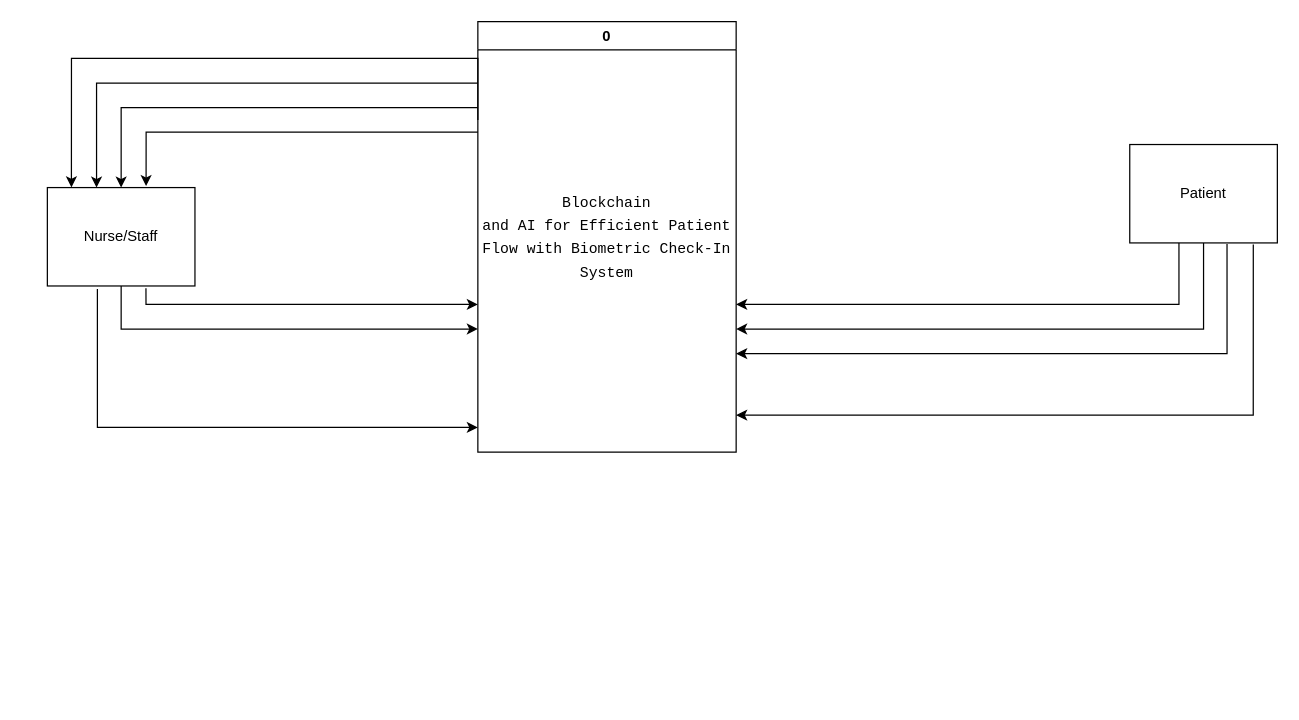
Above: context-diagram.drawio in perez-mj/hiv-capstone-front (draw.io), before the change. Source tidied: cells renumbered, new cells numbered last; positions are measured from the earlier drawing's top-left corner, leaving out a move shared by most shapes. Both pictures are drawn from the tidied source at 123%, with x=0, y=0 at pixel (47, 21).
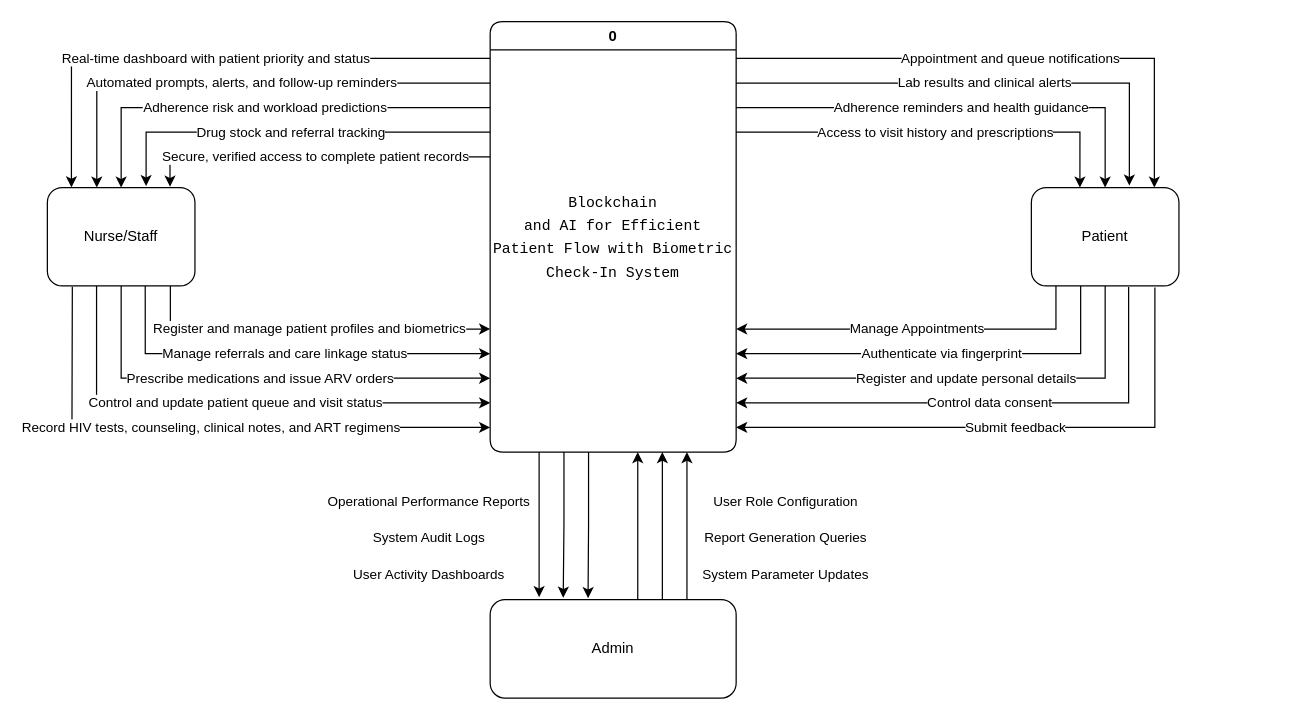
After the change.

What changed in the source:
```diff
@@
-    <mxCell id="2" style="edgeStyle=orthogonalEdgeStyle;rounded=0;jettySize=auto;html=1;entryX=0.5;entryY=0;entryDx=0;entryDy=0;" parent="1" edge="1" source="3" target="5">
+    <mxCell id="2" value="Adherence risk and workload predictions" style="edgeStyle=orthogonalEdgeStyle;rounded=0;jettySize=auto;html=1;entryX=0.5;entryY=0;entryDx=0;entryDy=0;" parent="1" edge="1" source="3" target="5">
       <mxGeometry relative="1" as="geometry">
         <Array as="points">
           <mxPoint x="60" y="70" />
         </Array>
       </mxGeometry>
     </mxCell>
+    <mxCell id="17" value="Adherence reminders and health guidance" style="edgeStyle=orthogonalEdgeStyle;rounded=0;jettySize=auto;html=1;entryX=0.5;entryY=0;entryDx=0;entryDy=0;" parent="1" edge="1" source="3" target="10">
+      <mxGeometry relative="1" as="geometry">
+        <Array as="points">
+          <mxPoint x="860" y="70" />
+        </Array>
+      </mxGeometry>
+    </mxCell>
+    <mxCell id="18" value="Access to visit history and prescriptions" style="edgeStyle=orthogonalEdgeStyle;rounded=0;jettySize=auto;html=1;entryX=0.329;entryY=0;entryDx=0;entryDy=0;entryPerimeter=0;" parent="1" edge="1" source="3" target="10">
+      <mxGeometry relative="1" as="geometry">
+        <Array as="points">
+          <mxPoint x="840" y="90" />
+          <mxPoint x="840" y="135" />
+        </Array>
+      </mxGeometry>
+    </mxCell>
-    <mxCell id="3" value="0" style="swimlane;whiteSpace=wrap;html=1;" parent="1" vertex="1">
-      <mxGeometry x="350" width="210" height="350" as="geometry" />
+    <mxCell id="3" value="0" style="swimlane;whiteSpace=wrap;html=1;rounded=1;" parent="1" vertex="1">
+      <mxGeometry x="360" width="200" height="350" as="geometry" />
     </mxCell>
     <mxCell id="4" value="&lt;p class=&quot;western&quot; style=&quot;line-height: 150%; orphans: 2; widows: 2&quot;&gt;&lt;font face=&quot;Calibri, serif&quot;&gt;&lt;font face=&quot;Courier New, serif&quot;&gt;Blockchain&lt;br&gt;and AI for Efficient Patient Flow with Biometric Check-In System&lt;/font&gt;&lt;/font&gt;&lt;/p&gt;" style="text;html=1;whiteSpace=wrap;strokeColor=none;fillColor=none;align=center;verticalAlign=middle;rounded=0;" parent="3" vertex="1">
-      <mxGeometry y="160" width="210" height="30" as="geometry" />
+      <mxGeometry y="160" width="200" height="30" as="geometry" />
     </mxCell>
+    <mxCell id="19" value="Control and update patient queue and visit status" style="edgeStyle=orthogonalEdgeStyle;rounded=0;jettySize=auto;html=1;" parent="1" edge="1" source="5">
+      <mxGeometry relative="1" as="geometry">
+        <mxPoint x="360" y="310" as="targetPoint" />
+        <Array as="points">
+          <mxPoint x="40" y="310" />
+        </Array>
+      </mxGeometry>
+    </mxCell>
+    <mxCell id="20" value="Register and manage patient profiles and biometrics" style="edgeStyle=orthogonalEdgeStyle;rounded=0;jettySize=auto;html=1;" parent="1" edge="1" source="5">
+      <mxGeometry relative="1" as="geometry">
+        <mxPoint x="360" y="250" as="targetPoint" />
+        <Array as="points">
+          <mxPoint x="100" y="250" />
+        </Array>
+      </mxGeometry>
+    </mxCell>
-    <mxCell id="5" value="Nurse/Staff" style="rounded=0;whiteSpace=wrap;html=1;" parent="1" vertex="1">
+    <mxCell id="5" value="Nurse/Staff" style="rounded=1;whiteSpace=wrap;html=1;" parent="1" vertex="1">
       <mxGeometry y="135" width="120" height="80" as="geometry" />
     </mxCell>
-    <mxCell id="6" style="edgeStyle=orthogonalEdgeStyle;rounded=0;jettySize=auto;html=1;exitX=0.837;exitY=1.016;exitDx=0;exitDy=0;exitPerimeter=0;" parent="1" edge="1" source="10">
+    <mxCell id="6" value="Submit feedback" style="edgeStyle=orthogonalEdgeStyle;rounded=0;jettySize=auto;html=1;exitX=0.837;exitY=1.016;exitDx=0;exitDy=0;exitPerimeter=0;" parent="1" edge="1" source="10">
       <mxGeometry relative="1" as="geometry">
-        <mxPoint x="560" y="320" as="targetPoint" />
+        <mxPoint x="560" y="330" as="targetPoint" />
         <Array as="points">
-          <mxPoint x="980" y="320" />
+          <mxPoint x="900" y="330" />
         </Array>
       </mxGeometry>
     </mxCell>
-    <mxCell id="7" style="edgeStyle=orthogonalEdgeStyle;rounded=0;jettySize=auto;html=1;exitX=0.659;exitY=1.011;exitDx=0;exitDy=0;exitPerimeter=0;" parent="1" edge="1" source="10">
+    <mxCell id="7" value="Control data consent" style="edgeStyle=orthogonalEdgeStyle;rounded=0;jettySize=auto;html=1;exitX=0.659;exitY=1.011;exitDx=0;exitDy=0;exitPerimeter=0;" parent="1" edge="1" source="10">
       <mxGeometry relative="1" as="geometry">
-        <mxPoint x="560" y="270" as="targetPoint" />
+        <mxPoint x="560" y="310" as="targetPoint" />
         <Array as="points">
-          <mxPoint x="959" y="270" />
-          <mxPoint x="560" y="270" />
+          <mxPoint x="879" y="310" />
         </Array>
       </mxGeometry>
     </mxCell>
-    <mxCell id="8" style="edgeStyle=orthogonalEdgeStyle;rounded=0;jettySize=auto;html=1;exitX=0.5;exitY=1;exitDx=0;exitDy=0;" parent="1" edge="1" source="10">
+    <mxCell id="8" value="Register and update personal details" style="edgeStyle=orthogonalEdgeStyle;rounded=0;jettySize=auto;html=1;exitX=0.5;exitY=1;exitDx=0;exitDy=0;" parent="1" edge="1" source="10">
       <mxGeometry relative="1" as="geometry">
-        <mxPoint x="560" y="250" as="targetPoint" />
+        <mxPoint x="560" y="290" as="targetPoint" />
         <Array as="points">
-          <mxPoint x="940" y="250" />
-          <mxPoint x="560" y="250" />
+          <mxPoint x="860" y="290" />
         </Array>
       </mxGeometry>
     </mxCell>
-    <mxCell id="9" style="edgeStyle=orthogonalEdgeStyle;rounded=0;jettySize=auto;html=1;exitX=0.322;exitY=0.99;exitDx=0;exitDy=0;exitPerimeter=0;" parent="1" edge="1" source="10">
+    <mxCell id="9" value="Authenticate via fingerprint" style="edgeStyle=orthogonalEdgeStyle;rounded=0;jettySize=auto;html=1;exitX=0.334;exitY=1;exitDx=0;exitDy=0;exitPerimeter=0;" parent="1" edge="1" source="10">
       <mxGeometry relative="1" as="geometry">
-        <mxPoint x="560" y="230" as="targetPoint" />
+        <mxPoint x="560" y="270" as="targetPoint" />
         <Array as="points">
-          <mxPoint x="920" y="179" />
-          <mxPoint x="920" y="230" />
-          <mxPoint x="560" y="230" />
+          <mxPoint x="840" y="270" />
         </Array>
       </mxGeometry>
     </mxCell>
+    <mxCell id="21" value="Manage Appointments" style="edgeStyle=orthogonalEdgeStyle;rounded=0;jettySize=auto;html=1;" parent="1" edge="1" source="10">
+      <mxGeometry relative="1" as="geometry">
+        <mxPoint x="560" y="250" as="targetPoint" />
+        <Array as="points">
+          <mxPoint x="820" y="250" />
+        </Array>
+      </mxGeometry>
+    </mxCell>
-    <mxCell id="10" value="Patient" style="rounded=0;whiteSpace=wrap;html=1;" parent="1" vertex="1">
-      <mxGeometry x="880" y="100" width="120" height="80" as="geometry" />
+    <mxCell id="10" value="Patient" style="rounded=1;whiteSpace=wrap;html=1;" parent="1" vertex="1">
+      <mxGeometry x="800" y="135" width="120" height="80" as="geometry" />
     </mxCell>
-    <mxCell id="11" style="edgeStyle=orthogonalEdgeStyle;rounded=0;jettySize=auto;html=1;entryX=0.163;entryY=-0.002;entryDx=0;entryDy=0;entryPerimeter=0;" parent="1" edge="1" target="5">
+    <mxCell id="11" value="Real-time dashboard with patient priority and status" style="edgeStyle=orthogonalEdgeStyle;rounded=0;jettySize=auto;html=1;entryX=0.163;entryY=-0.002;entryDx=0;entryDy=0;entryPerimeter=0;" parent="1" edge="1" target="5">
       <mxGeometry relative="1" as="geometry">
-        <mxPoint x="350" y="80" as="sourcePoint" />
+        <mxPoint x="360" y="30" as="sourcePoint" />
         <Array as="points">
           <mxPoint x="350" y="30" />
           <mxPoint x="20" y="30" />
         </Array>
       </mxGeometry>
     </mxCell>
-    <mxCell id="12" style="edgeStyle=orthogonalEdgeStyle;rounded=0;jettySize=auto;html=1;" parent="1" edge="1" source="3">
+    <mxCell id="12" value="Automated prompts, alerts, and follow-up reminders" style="edgeStyle=orthogonalEdgeStyle;rounded=0;jettySize=auto;html=1;entryX=0.335;entryY=0;entryDx=0;entryDy=0;entryPerimeter=0;" parent="1" edge="1" source="3" target="5">
       <mxGeometry relative="1" as="geometry">
-        <mxPoint x="40" y="135" as="targetPoint" />
         <Array as="points">
           <mxPoint x="40" y="50" />
           <mxPoint x="40" y="135" />
         </Array>
       </mxGeometry>
     </mxCell>
-    <mxCell id="13" style="edgeStyle=orthogonalEdgeStyle;rounded=0;jettySize=auto;html=1;entryX=0.669;entryY=-0.015;entryDx=0;entryDy=0;entryPerimeter=0;" parent="1" edge="1" source="3" target="5">
+    <mxCell id="13" value="Drug stock and referral tracking" style="edgeStyle=orthogonalEdgeStyle;rounded=0;jettySize=auto;html=1;entryX=0.669;entryY=-0.015;entryDx=0;entryDy=0;entryPerimeter=0;" parent="1" edge="1" source="3" target="5">
       <mxGeometry relative="1" as="geometry">
         <Array as="points">
           <mxPoint x="80" y="90" />
         </Array>
       </mxGeometry>
     </mxCell>
-    <mxCell id="14" style="edgeStyle=orthogonalEdgeStyle;rounded=0;jettySize=auto;html=1;exitX=0.668;exitY=1.024;exitDx=0;exitDy=0;exitPerimeter=0;" parent="1" edge="1" source="5">
+    <mxCell id="14" value="Manage referrals and care linkage status" style="edgeStyle=orthogonalEdgeStyle;rounded=0;jettySize=auto;html=1;exitX=0.663;exitY=1;exitDx=0;exitDy=0;exitPerimeter=0;" parent="1" edge="1" source="5">
       <mxGeometry relative="1" as="geometry">
-        <mxPoint x="350" y="230" as="targetPoint" />
+        <mxPoint x="360" y="270" as="targetPoint" />
         <Array as="points">
-          <mxPoint x="80" y="230" />
-          <mxPoint x="350" y="230" />
+          <mxPoint x="80" y="270" />
         </Array>
       </mxGeometry>
     </mxCell>
-    <mxCell id="15" style="edgeStyle=orthogonalEdgeStyle;rounded=0;jettySize=auto;html=1;exitX=0.5;exitY=1;exitDx=0;exitDy=0;" parent="1" edge="1" source="5">
+    <mxCell id="15" value="Prescribe medications and issue ARV orders" style="edgeStyle=orthogonalEdgeStyle;rounded=0;jettySize=auto;html=1;exitX=0.5;exitY=1;exitDx=0;exitDy=0;" parent="1" edge="1" source="5">
       <mxGeometry relative="1" as="geometry">
-        <mxPoint x="350" y="250" as="targetPoint" />
+        <mxPoint x="360" y="290" as="targetPoint" />
         <Array as="points">
-          <mxPoint x="60" y="250" />
-          <mxPoint x="350" y="250" />
+          <mxPoint x="60" y="290" />
+          <mxPoint x="350" y="290" />
         </Array>
       </mxGeometry>
     </mxCell>
-    <mxCell id="16" style="edgeStyle=orthogonalEdgeStyle;rounded=0;jettySize=auto;html=1;exitX=0.339;exitY=1.031;exitDx=0;exitDy=0;exitPerimeter=0;" parent="1" edge="1" source="5">
+    <mxCell id="16" value="Record HIV tests, counseling, clinical notes, and ART regimens" style="edgeStyle=orthogonalEdgeStyle;rounded=0;jettySize=auto;html=1;exitX=0.169;exitY=1.007;exitDx=0;exitDy=0;exitPerimeter=0;" parent="1" edge="1" source="5">
       <mxGeometry relative="1" as="geometry">
-        <mxPoint x="350" y="330" as="targetPoint" />
+        <mxPoint x="360" y="330" as="targetPoint" />
         <Array as="points">
-          <mxPoint x="41" y="330" />
+          <mxPoint x="20" y="218" />
+          <mxPoint x="20" y="218" />
+          <mxPoint x="20" y="330" />
         </Array>
       </mxGeometry>
     </mxCell>
+    <mxCell id="22" value="Appointment and queue notifications" style="edgeStyle=orthogonalEdgeStyle;rounded=0;jettySize=auto;html=1;" parent="1" edge="1" source="3">
+      <mxGeometry relative="1" as="geometry">
+        <mxPoint x="900" y="135" as="targetPoint" />
+        <Array as="points">
+          <mxPoint x="900" y="30" />
+          <mxPoint x="900" y="130" />
+          <mxPoint x="900" y="130" />
+        </Array>
+      </mxGeometry>
+    </mxCell>
+    <mxCell id="23" value="Lab results and clinical alerts" style="edgeStyle=orthogonalEdgeStyle;rounded=0;jettySize=auto;html=1;entryX=0.664;entryY=-0.02;entryDx=0;entryDy=0;entryPerimeter=0;" parent="1" edge="1" target="10">
+      <mxGeometry relative="1" as="geometry">
+        <mxPoint x="560" y="50" as="sourcePoint" />
+        <Array as="points">
+          <mxPoint x="880" y="50" />
+          <mxPoint x="880" y="133" />
+        </Array>
+      </mxGeometry>
+    </mxCell>
+    <mxCell id="24" value="Secure, verified access to complete patient records" style="edgeStyle=orthogonalEdgeStyle;rounded=0;jettySize=auto;html=1;entryX=0.831;entryY=-0.009;entryDx=0;entryDy=0;entryPerimeter=0;" parent="1" edge="1" source="3" target="5">
+      <mxGeometry relative="1" as="geometry">
+        <Array as="points">
+          <mxPoint x="100" y="110" />
+        </Array>
+      </mxGeometry>
+    </mxCell>
+    <mxCell id="25" value="&lt;span&gt;User Role Configuration&lt;/span&gt;" style="edgeStyle=orthogonalEdgeStyle;rounded=0;jettySize=auto;html=1;" parent="1" edge="1" source="28">
+      <mxGeometry x="0.33" y="-80" relative="1" as="geometry">
+        <mxPoint x="520" y="350" as="targetPoint" />
+        <Array as="points">
+          <mxPoint x="520" y="350" />
+        </Array>
+      </mxGeometry>
+    </mxCell>
+    <mxCell id="26" value="&lt;span&gt;Report Generation Queries&lt;/span&gt;" style="edgeStyle=orthogonalEdgeStyle;rounded=0;jettySize=auto;html=1;" parent="1" edge="1" source="28">
+      <mxGeometry x="-0.17" y="-100" relative="1" as="geometry">
+        <mxPoint x="500" y="350" as="targetPoint" />
+        <Array as="points">
+          <mxPoint x="500" y="440" />
+          <mxPoint x="500" y="440" />
+        </Array>
+      </mxGeometry>
+    </mxCell>
+    <mxCell id="27" value="&lt;span&gt;System Parameter Updates&lt;/span&gt;" style="edgeStyle=orthogonalEdgeStyle;rounded=0;jettySize=auto;html=1;" parent="1" edge="1" source="28">
+      <mxGeometry x="-0.67" y="-120" relative="1" as="geometry">
+        <mxPoint x="480" y="350" as="targetPoint" />
+        <Array as="points">
+          <mxPoint x="480" y="440" />
+          <mxPoint x="480" y="440" />
+        </Array>
+      </mxGeometry>
+    </mxCell>
+    <mxCell id="28" value="Admin" style="rounded=1;whiteSpace=wrap;html=1;" parent="1" vertex="1">
+      <mxGeometry x="360" y="470" width="200" height="80" as="geometry" />
+    </mxCell>
+    <mxCell id="29" value="&lt;span&gt;Operational Performance Reports&lt;/span&gt;" style="edgeStyle=orthogonalEdgeStyle;rounded=0;jettySize=auto;html=1;entryX=0.199;entryY=-0.025;entryDx=0;entryDy=0;entryPerimeter=0;" parent="1" edge="1" source="3" target="28">
+      <mxGeometry x="-0.32" y="-90" relative="1" as="geometry">
+        <Array as="points">
+          <mxPoint x="400" y="410" />
+        </Array>
+      </mxGeometry>
+    </mxCell>
+    <mxCell id="30" value="&lt;span&gt;System Audit Logs&lt;/span&gt;" style="edgeStyle=orthogonalEdgeStyle;rounded=0;jettySize=auto;html=1;entryX=0.297;entryY=-0.019;entryDx=0;entryDy=0;entryPerimeter=0;" parent="1" edge="1" source="3" target="28">
+      <mxGeometry x="0.2" y="-110" relative="1" as="geometry">
+        <Array as="points">
+          <mxPoint x="420" y="410" />
+          <mxPoint x="419" y="410" />
+        </Array>
+      </mxGeometry>
+    </mxCell>
+    <mxCell id="31" value="&lt;span&gt;User Activity Dashboards&lt;/span&gt;" style="edgeStyle=orthogonalEdgeStyle;rounded=0;jettySize=auto;html=1;entryX=0.398;entryY=-0.015;entryDx=0;entryDy=0;entryPerimeter=0;" parent="1" edge="1" source="3" target="28">
+      <mxGeometry x="0.7" y="-130" relative="1" as="geometry">
+        <Array as="points">
+          <mxPoint x="440" y="410" />
+          <mxPoint x="440" y="410" />
+        </Array>
+      </mxGeometry>
+    </mxCell>
```
